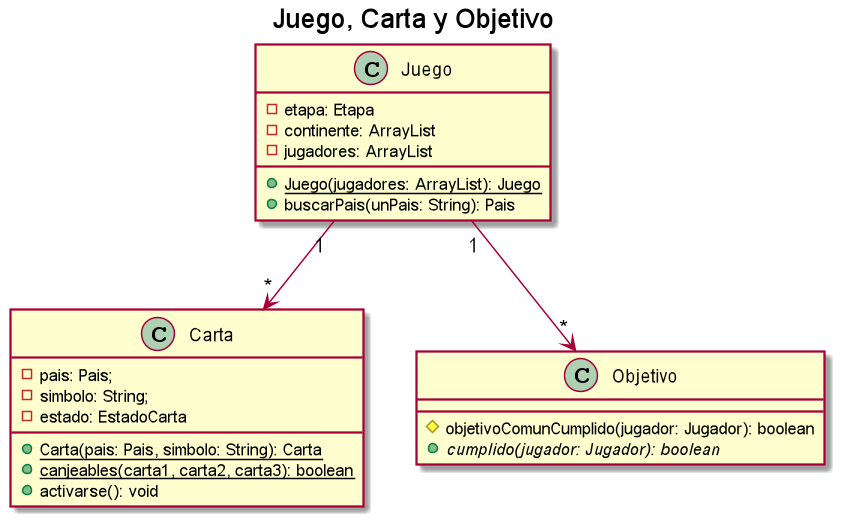
This is docs/diagramas/diagramas de clase/Juego2.png from nauee/Algo3-TP2, a PlantUML export, as it was before one commit. The source it was exported from:
```plantuml
@startuml

title Juego, Carta y Objetivo

class Juego {
    - etapa: Etapa
    - continente: ArrayList
    - jugadores: ArrayList
    + {static} Juego(jugadores: ArrayList): Juego
    + buscarPais(unPais: String): Pais
}

Juego "1" --> "*" Carta

class Carta {
    - pais: Pais;
    - simbolo: String;
    - estado: EstadoCarta
    + {static} Carta(pais: Pais, simbolo: String): Carta
    + {static} canjeables(carta1, carta2, carta3): boolean
    + activarse(): void
}

Juego "1" --> "*" Objetivo

class Objetivo {
    # objetivoComunCumplido(jugador: Jugador): boolean
    + {abstract} cumplido(jugador: Jugador): boolean
}

@enduml
```
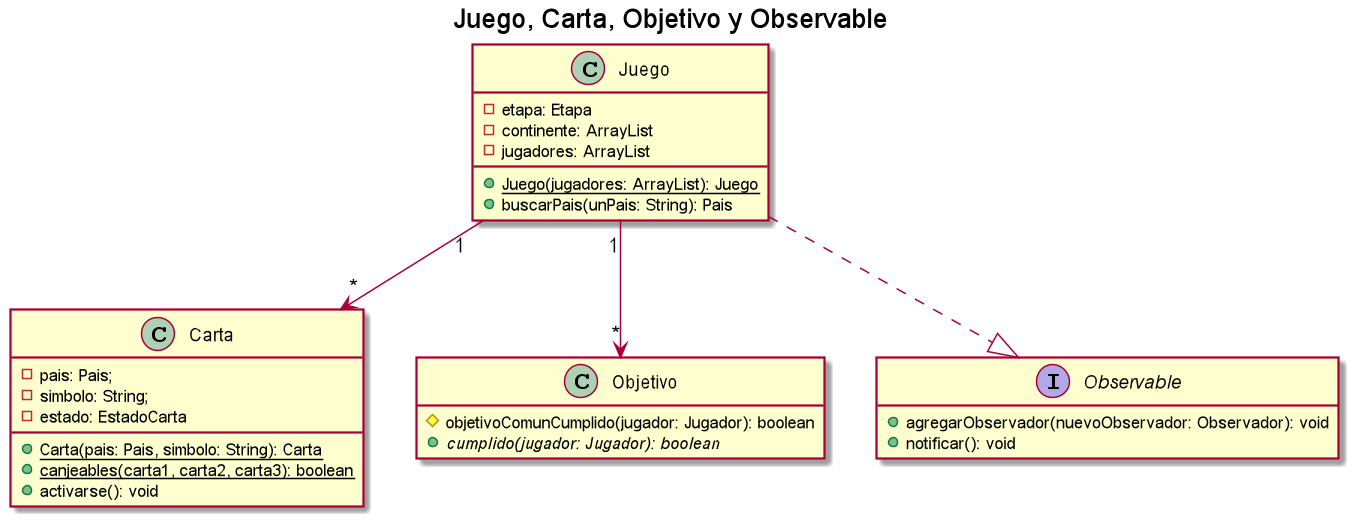
Later version of the same file.

What changed in the source:
```diff
@@ -1,6 +1,6 @@
 @startuml
 
-title Juego, Carta y Objetivo
+title Juego, Carta, Objetivo y Observable
 
 class Juego {
     - etapa: Etapa
@@ -28,4 +28,13 @@
     + {abstract} cumplido(jugador: Jugador): boolean
 }
 
+interface Observable {
+    + agregarObservador(nuevoObservador: Observador): void
+    + notificar(): void
+}
+
+class Juego
+hide empty members
+Juego ..|> Observable
+
 @enduml
```
